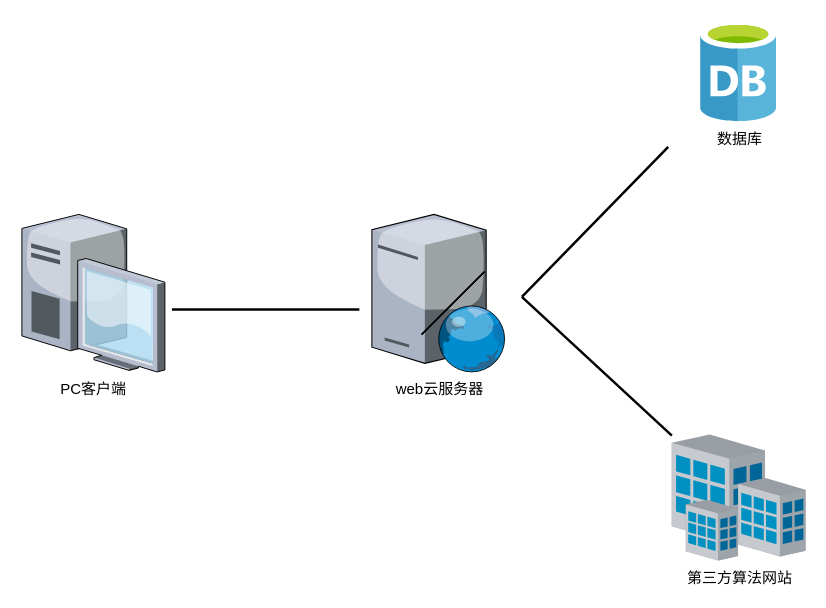
Above: 分析文档/体系架构图.drawio in 12MegaA21/CodeCode (draw.io), before the change. Source tidied: cells renumbered, new cells numbered last; positions are measured from the earlier drawing's top-left corner, leaving out a move shared by most shapes. Both pictures are drawn from the tidied source at 125%, with x=0, y=0 at pixel (21, 21).
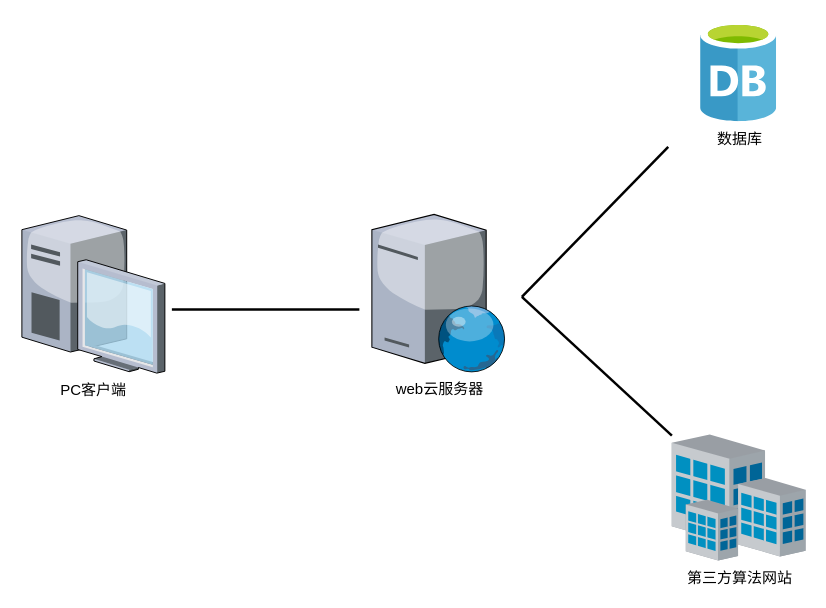
The same page after the edit.

Commit message (it also covers changes not shown here):
更新体系架构图.drawio

Change to the diagram source:
```diff
@@
     <mxCell id="4" value="PC客户端" style="verticalLabelPosition=bottom;sketch=0;html=1;verticalAlign=top;strokeColor=none;align=center;shape=mxgraph.citrix.desktop;" parent="1" vertex="1">
-      <mxGeometry y="154" width="114.4" height="126" as="geometry" />
+      <mxGeometry y="155" width="114.4" height="126" as="geometry" />
     </mxCell>
@@
-    <mxCell id="6" style="endArrow=none;html=1;rounded=0;" parent="1" edge="1">
-      <mxGeometry relative="1" as="geometry">
-        <mxPoint x="320" y="250" as="sourcePoint" />
-        <mxPoint x="370" y="200" as="targetPoint" />
-      </mxGeometry>
-    </mxCell>
-    <mxCell id="7" style="endArrow=none;html=1;rounded=0;" parent="1" edge="1">
-      <mxGeometry relative="1" as="geometry">
-        <mxPoint x="320" y="250" as="sourcePoint" />
-        <mxPoint x="370" y="200" as="targetPoint" />
-      </mxGeometry>
-    </mxCell>
-    <mxCell id="8" style="endArrow=none;html=1;rounded=0;" parent="1" edge="1">
-      <mxGeometry relative="1" as="geometry">
-        <mxPoint x="320" y="250" as="sourcePoint" />
-        <mxPoint x="370" y="200" as="targetPoint" />
-      </mxGeometry>
-    </mxCell>
-    <mxCell id="9" style="endArrow=none;html=1;rounded=0;" parent="1" edge="1">
-      <mxGeometry relative="1" as="geometry">
-        <mxPoint x="320" y="250" as="sourcePoint" />
-        <mxPoint x="370" y="200" as="targetPoint" />
-      </mxGeometry>
-    </mxCell>
-    <mxCell id="10" style="endArrow=none;html=1;rounded=0;" parent="1" edge="1">
-      <mxGeometry relative="1" as="geometry">
-        <mxPoint x="320" y="250" as="sourcePoint" />
-        <mxPoint x="370" y="200" as="targetPoint" />
-      </mxGeometry>
-    </mxCell>
-    <mxCell id="11" style="endArrow=none;html=1;rounded=0;" parent="1" edge="1">
-      <mxGeometry relative="1" as="geometry">
-        <mxPoint x="320" y="250" as="sourcePoint" />
-        <mxPoint x="370" y="200" as="targetPoint" />
-      </mxGeometry>
-    </mxCell>
-    <mxCell id="12" style="endArrow=none;html=1;rounded=0;" parent="1" edge="1">
-      <mxGeometry relative="1" as="geometry">
-        <mxPoint x="320" y="250" as="sourcePoint" />
-        <mxPoint x="370" y="200" as="targetPoint" />
-      </mxGeometry>
-    </mxCell>
```
